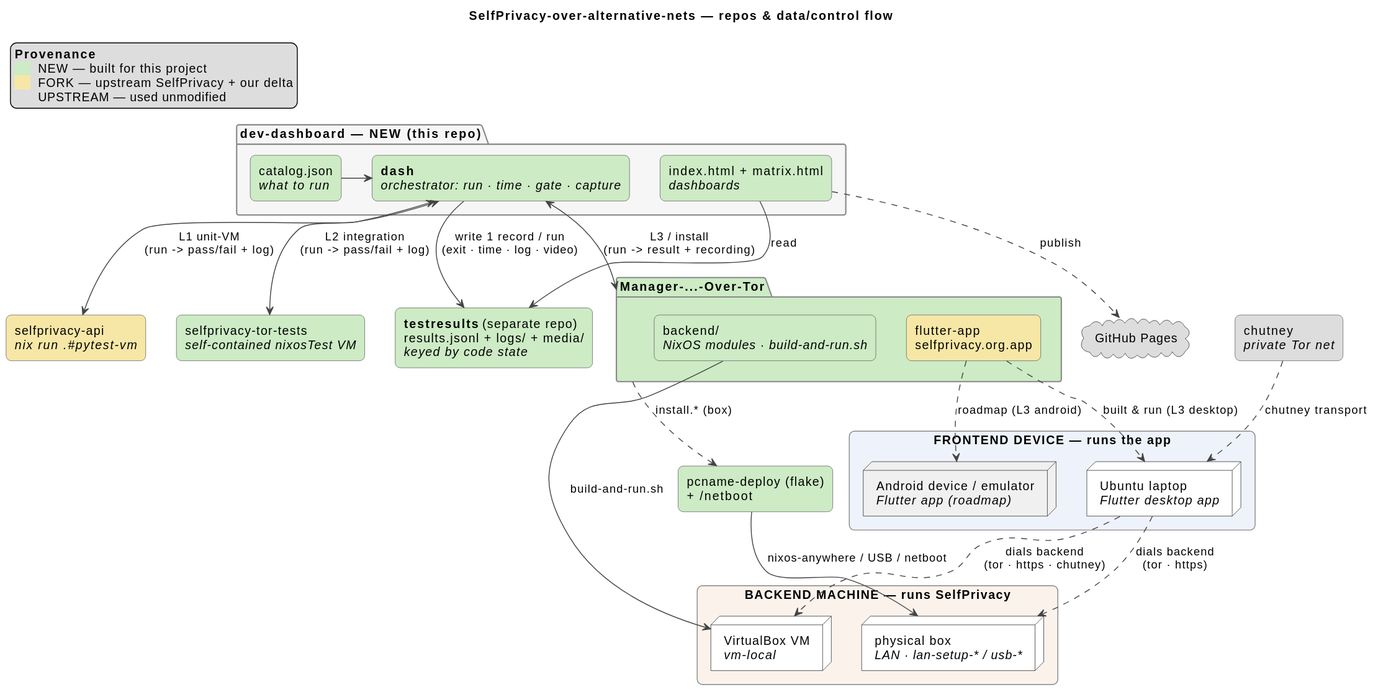
Earlier version of the PlantUML export docs/architecture.svg (selfprivacy-over-alternative-nets/dev-dashboard). Its source is kept beside it as docs/architecture.puml.
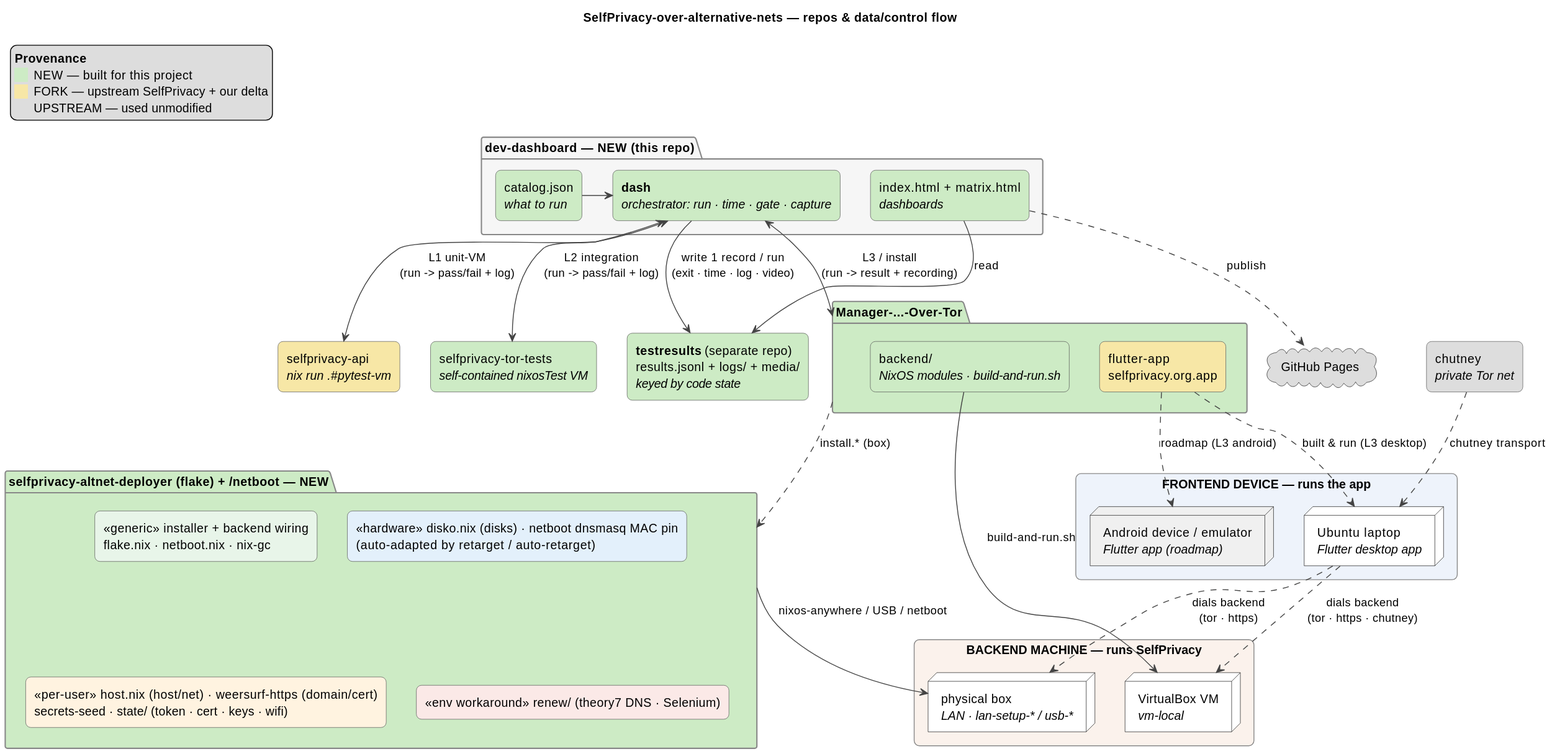
After the change.

Commit message:
rename pcname-deploy → selfprivacy-altnet-deployer; expand deployer node by 'varies by'; wifi + generic networking

Change to the diagram source:
```diff
@@ -45,7 +45,12 @@
 dash <--> tests  : L2 integration\n(run -> pass/fail + log)
 dash <--> mgr    : L3 / install\n(run -> result + recording)
 
-rectangle "pcname-deploy (flake)\n+ ~/netboot" as deploy #CDEBC5
+package "selfprivacy-altnet-deployer (flake) + ~/netboot — NEW" as deploy #CDEBC5 {
+  rectangle "«generic» installer + backend wiring\nflake.nix · netboot.nix · nix-gc" as d_gen #E8F5E9
+  rectangle "«hardware» disko.nix (disks) · netboot dnsmasq MAC pin\n(auto-adapted by retarget / auto-retarget)" as d_hw #E3F0FB
+  rectangle "«per-user» host.nix (host/net) · weersurf-https (domain/cert)\nsecrets-seed · state/ (token · cert · keys · wifi)" as d_user #FFF3E0
+  rectangle "«env workaround» renew/ (theory7 DNS · Selenium)" as d_env #FBE9E7
+}
 rectangle "chutney\n<i>private Tor net</i>" as chut #DDDDDD
 
 rectangle "FRONTEND DEVICE — runs the app" as FE #EEF3FB {
```
